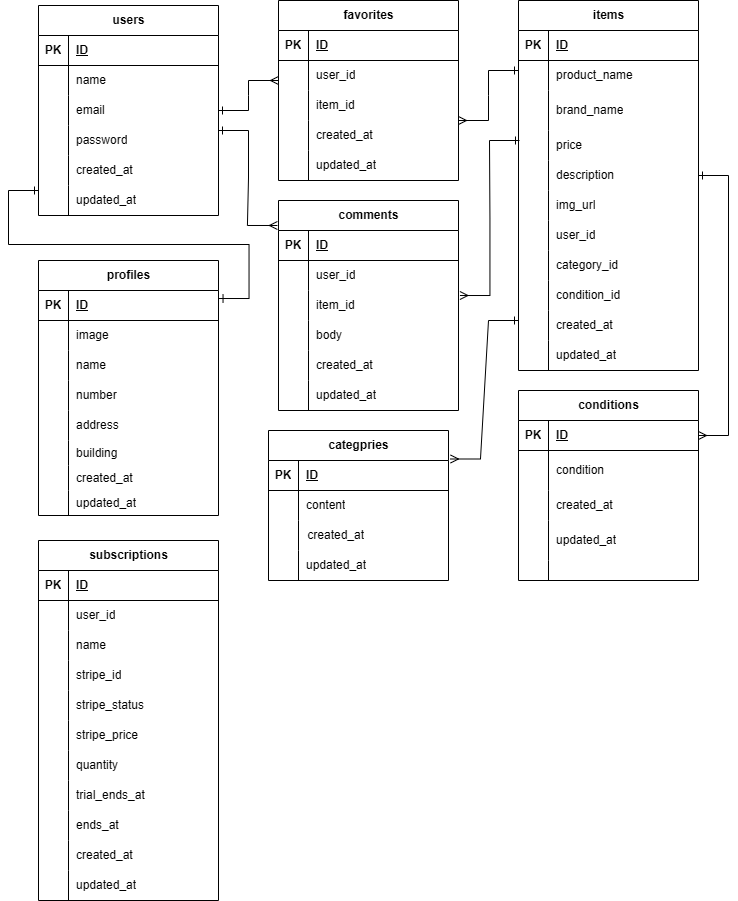
Earlier version of the draw.io export Untitled Diagram.drawio.png (Akari604/mock1). Source tidied: cells renumbered, new cells last; positions are measured from the earlier drawing's top-left corner, leaving out a move shared by most shapes.
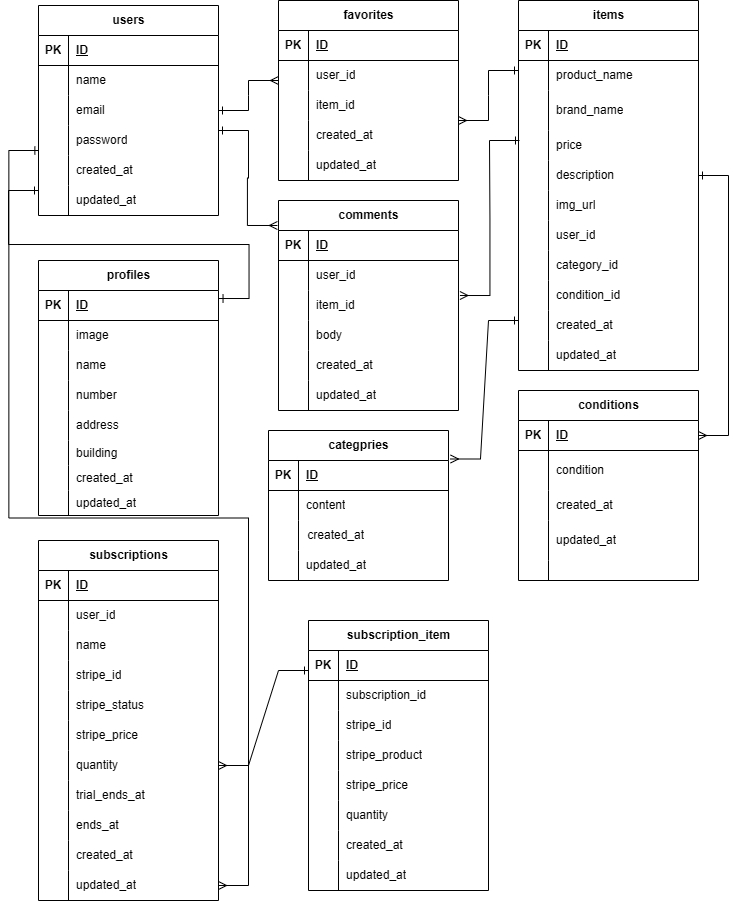
After the commit.

Change to the diagram source:
```diff
@@ -601,5 +601,99 @@
         </Array>
       </mxGeometry>
     </mxCell>
+    <mxCell id="185" value="subscription_item" style="shape=table;startSize=30;rowLines=0;fontStyle=1;align=center;html=1;" parent="1" vertex="1">
+      <mxGeometry x="270" y="620" width="180" height="270" as="geometry" />
+    </mxCell>
+    <mxCell id="186" style="shape=tableRow;horizontal=0;startSize=0;swimlaneHead=0;swimlaneBody=0;fillColor=none;top=0;left=0;right=0;bottom=1;" parent="185" vertex="1">
+      <mxGeometry y="30" width="180" height="30" as="geometry" />
+    </mxCell>
+    <mxCell id="187" value="PK" style="shape=partialRectangle;fillColor=none;top=0;left=0;bottom=0;right=0;fontStyle=1;overflow=hidden;whiteSpace=wrap;html=1;" parent="186" vertex="1">
+      <mxGeometry width="30" height="30" as="geometry" />
+    </mxCell>
+    <mxCell id="188" value="ID" style="shape=partialRectangle;fillColor=none;top=0;left=0;bottom=0;right=0;align=left;spacingLeft=6;fontStyle=5;overflow=hidden;whiteSpace=wrap;html=1;" parent="186" vertex="1">
+      <mxGeometry x="30" width="150" height="30" as="geometry" />
+    </mxCell>
+    <mxCell id="189" style="shape=tableRow;horizontal=0;startSize=0;swimlaneHead=0;swimlaneBody=0;fillColor=none;top=0;left=0;right=0;bottom=0;" parent="185" vertex="1">
+      <mxGeometry y="60" width="180" height="30" as="geometry" />
+    </mxCell>
+    <mxCell id="190" style="shape=partialRectangle;fillColor=none;top=0;left=0;bottom=0;right=0;overflow=hidden;whiteSpace=wrap;html=1;" parent="189" vertex="1">
+      <mxGeometry width="30" height="30" as="geometry" />
+    </mxCell>
+    <mxCell id="191" value="subscription_id" style="shape=partialRectangle;fillColor=none;top=0;left=0;bottom=0;right=0;align=left;spacingLeft=6;overflow=hidden;whiteSpace=wrap;html=1;" parent="189" vertex="1">
+      <mxGeometry x="30" width="150" height="30" as="geometry" />
+    </mxCell>
+    <mxCell id="192" style="shape=tableRow;horizontal=0;startSize=0;swimlaneHead=0;swimlaneBody=0;fillColor=none;top=0;left=0;right=0;bottom=0;" parent="185" vertex="1">
+      <mxGeometry y="90" width="180" height="30" as="geometry" />
+    </mxCell>
+    <mxCell id="193" style="shape=partialRectangle;fillColor=none;top=0;left=0;bottom=0;right=0;overflow=hidden;whiteSpace=wrap;html=1;" parent="192" vertex="1">
+      <mxGeometry width="30" height="30" as="geometry" />
+    </mxCell>
+    <mxCell id="194" value="stripe_id" style="shape=partialRectangle;fillColor=none;top=0;left=0;bottom=0;right=0;align=left;spacingLeft=6;overflow=hidden;whiteSpace=wrap;html=1;" parent="192" vertex="1">
+      <mxGeometry x="30" width="150" height="30" as="geometry" />
+    </mxCell>
+    <mxCell id="195" style="shape=tableRow;horizontal=0;startSize=0;swimlaneHead=0;swimlaneBody=0;fillColor=none;top=0;left=0;right=0;bottom=0;" parent="185" vertex="1">
+      <mxGeometry y="120" width="180" height="30" as="geometry" />
+    </mxCell>
+    <mxCell id="196" style="shape=partialRectangle;fillColor=none;top=0;left=0;bottom=0;right=0;overflow=hidden;whiteSpace=wrap;html=1;" parent="195" vertex="1">
+      <mxGeometry width="30" height="30" as="geometry" />
+    </mxCell>
+    <mxCell id="197" value="stripe_product" style="shape=partialRectangle;fillColor=none;top=0;left=0;bottom=0;right=0;align=left;spacingLeft=6;overflow=hidden;whiteSpace=wrap;html=1;" parent="195" vertex="1">
+      <mxGeometry x="30" width="150" height="30" as="geometry" />
+    </mxCell>
+    <mxCell id="198" style="shape=tableRow;horizontal=0;startSize=0;swimlaneHead=0;swimlaneBody=0;fillColor=none;top=0;left=0;right=0;bottom=0;" parent="185" vertex="1">
+      <mxGeometry y="150" width="180" height="30" as="geometry" />
+    </mxCell>
+    <mxCell id="199" style="shape=partialRectangle;fillColor=none;top=0;left=0;bottom=0;right=0;overflow=hidden;whiteSpace=wrap;html=1;" parent="198" vertex="1">
+      <mxGeometry width="30" height="30" as="geometry" />
+    </mxCell>
+    <mxCell id="200" value="stripe_price" style="shape=partialRectangle;fillColor=none;top=0;left=0;bottom=0;right=0;align=left;spacingLeft=6;overflow=hidden;whiteSpace=wrap;html=1;" parent="198" vertex="1">
+      <mxGeometry x="30" width="150" height="30" as="geometry" />
+    </mxCell>
+    <mxCell id="201" style="shape=tableRow;horizontal=0;startSize=0;swimlaneHead=0;swimlaneBody=0;fillColor=none;top=0;left=0;right=0;bottom=0;" parent="185" vertex="1">
+      <mxGeometry y="180" width="180" height="30" as="geometry" />
+    </mxCell>
+    <mxCell id="202" style="shape=partialRectangle;fillColor=none;top=0;left=0;bottom=0;right=0;overflow=hidden;whiteSpace=wrap;html=1;" parent="201" vertex="1">
+      <mxGeometry width="30" height="30" as="geometry" />
+    </mxCell>
+    <mxCell id="203" value="quantity" style="shape=partialRectangle;fillColor=none;top=0;left=0;bottom=0;right=0;align=left;spacingLeft=6;overflow=hidden;whiteSpace=wrap;html=1;" parent="201" vertex="1">
+      <mxGeometry x="30" width="150" height="30" as="geometry" />
+    </mxCell>
+    <mxCell id="204" style="shape=tableRow;horizontal=0;startSize=0;swimlaneHead=0;swimlaneBody=0;fillColor=none;top=0;left=0;right=0;bottom=0;" parent="185" vertex="1">
+      <mxGeometry y="210" width="180" height="30" as="geometry" />
+    </mxCell>
+    <mxCell id="205" style="shape=partialRectangle;fillColor=none;top=0;left=0;bottom=0;right=0;overflow=hidden;whiteSpace=wrap;html=1;" parent="204" vertex="1">
+      <mxGeometry width="30" height="30" as="geometry" />
+    </mxCell>
+    <mxCell id="206" value="created_at" style="shape=partialRectangle;fillColor=none;top=0;left=0;bottom=0;right=0;align=left;spacingLeft=6;overflow=hidden;whiteSpace=wrap;html=1;" parent="204" vertex="1">
+      <mxGeometry x="30" width="150" height="30" as="geometry" />
+    </mxCell>
+    <mxCell id="207" style="shape=tableRow;horizontal=0;startSize=0;swimlaneHead=0;swimlaneBody=0;fillColor=none;top=0;left=0;right=0;bottom=0;" parent="185" vertex="1">
+      <mxGeometry y="240" width="180" height="30" as="geometry" />
+    </mxCell>
+    <mxCell id="208" style="shape=partialRectangle;fillColor=none;top=0;left=0;bottom=0;right=0;overflow=hidden;whiteSpace=wrap;html=1;" parent="207" vertex="1">
+      <mxGeometry width="30" height="30" as="geometry" />
+    </mxCell>
+    <mxCell id="209" value="updated_at" style="shape=partialRectangle;fillColor=none;top=0;left=0;bottom=0;right=0;align=left;spacingLeft=6;overflow=hidden;whiteSpace=wrap;html=1;" parent="207" vertex="1">
+      <mxGeometry x="30" width="150" height="30" as="geometry" />
+    </mxCell>
+    <mxCell id="210" style="edgeStyle=entityRelationEdgeStyle;fontSize=12;html=1;endArrow=ERone;endFill=1;rounded=0;exitX=1;exitY=0.5;exitDx=0;exitDy=0;startArrow=ERmany;startFill=0;" parent="1" edge="1" source="169">
+      <mxGeometry relative="1" as="geometry">
+        <mxPoint x="270" y="670" as="targetPoint" />
+        <Array as="points">
+          <mxPoint x="220" y="750" />
+        </Array>
+      </mxGeometry>
+    </mxCell>
+    <mxCell id="211" style="edgeStyle=entityRelationEdgeStyle;fontSize=12;html=1;endArrow=ERone;endFill=1;rounded=0;startArrow=ERmany;startFill=0;" parent="1" edge="1" source="181">
+      <mxGeometry relative="1" as="geometry">
+        <mxPoint x="0.4" y="150" as="targetPoint" />
+        <Array as="points">
+          <mxPoint x="190" y="860" />
+          <mxPoint x="-49.6" y="200" />
+          <mxPoint x="-59.6" y="190" />
+          <mxPoint x="-29.6" y="150" />
+        </Array>
+      </mxGeometry>
+    </mxCell>
   </root>
 </mxGraphModel>
```
